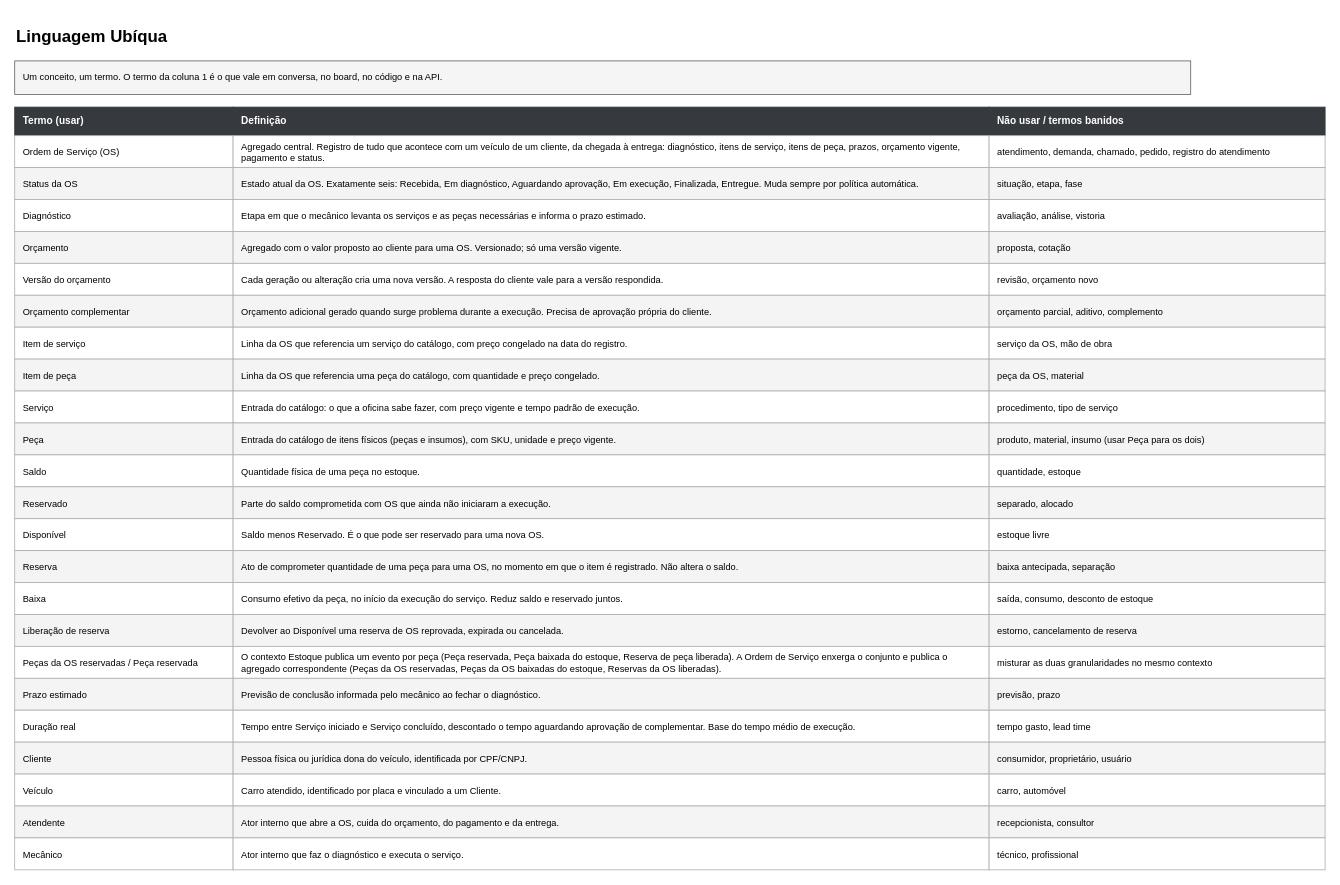
The draw.io diagram page "07 - Linguagem Ubíqua" (8 of 10) of Docs/Oficina_EventStorming_v2.drawio in mtpvieira/OficinaDigital, before the edit. Source tidied: cells renumbered, new cells numbered last; positions are measured from the earlier drawing's top-left corner, leaving out a move shared by most shapes. Both pictures are drawn from the tidied source at 84%, with x=0, y=0 at pixel (14, 14).
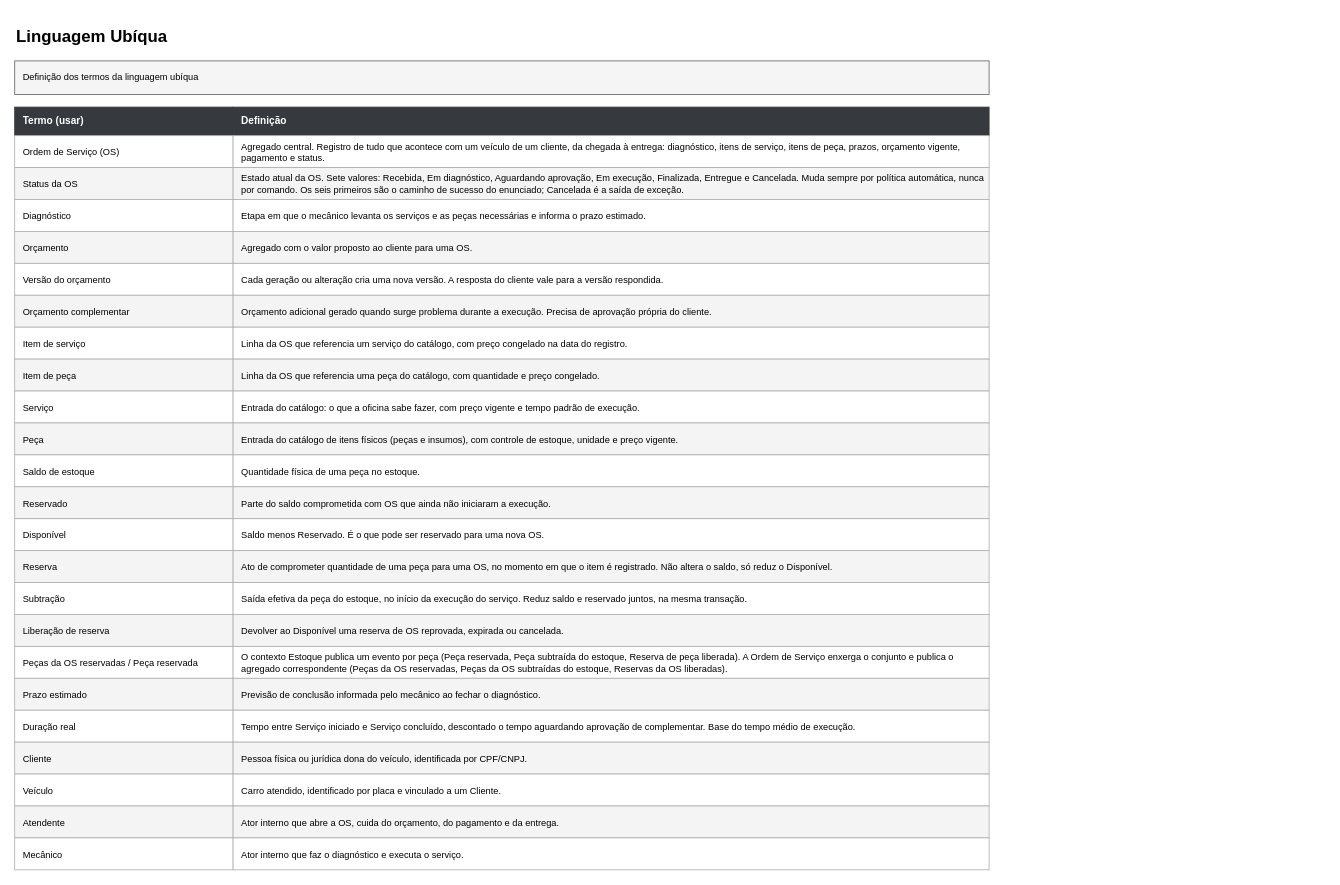
Above is the later version.

Diff of the diagram source:
```diff
@@
-    <mxCell id="3" value="Um conceito, um termo. O termo da coluna 1 é o que vale em conversa, no board, no código e na API." style="whiteSpace=wrap;html=1;strokeColor=#666666;align=left;verticalAlign=top;fontFamily=Helvetica;fontSize=11;fillColor=#f5f5f5;spacingLeft=8;spacingTop=6;" parent="1" vertex="1">
-      <mxGeometry y="55" width="1400" height="40" as="geometry" />
+    <mxCell id="3" value="Definição dos termos da linguagem ubíqua" style="whiteSpace=wrap;html=1;strokeColor=#666666;align=left;verticalAlign=top;fontFamily=Helvetica;fontSize=11;fillColor=#f5f5f5;spacingLeft=8;spacingTop=6;" parent="1" vertex="1">
+      <mxGeometry y="55" width="1160" height="40" as="geometry" />
     </mxCell>
@@
-    <mxCell id="6" value="Não usar / termos banidos" style="whiteSpace=wrap;html=1;fillColor=#36393d;fontColor=#ffffff;fontStyle=1;fontSize=12;align=left;verticalAlign=middle;spacingLeft=8;strokeColor=#36393d;" parent="1" vertex="1">
-      <mxGeometry x="1160" y="110" width="400" height="34" as="geometry" />
-    </mxCell>
@@
-    <mxCell id="9" value="atendimento, demanda, chamado, pedido, registro do atendimento" style="whiteSpace=wrap;html=1;fillColor=#ffffff;fontSize=11;align=left;verticalAlign=middle;spacingLeft=8;spacingTop=2;strokeColor=#b0b0b0;" parent="1" vertex="1">
-      <mxGeometry x="1160" y="144" width="400" height="38" as="geometry" />
-    </mxCell>
@@
-    <mxCell id="11" value="Estado atual da OS. Exatamente seis: Recebida, Em diagnóstico, Aguardando aprovação, Em execução, Finalizada, Entregue. Muda sempre por política automática." style="whiteSpace=wrap;html=1;fillColor=#f4f4f4;fontSize=11;align=left;verticalAlign=middle;spacingLeft=8;spacingTop=2;strokeColor=#b0b0b0;" parent="1" vertex="1">
+    <mxCell id="11" value="Estado atual da OS. Sete valores: Recebida, Em diagnóstico, Aguardando aprovação, Em execução, Finalizada, Entregue e Cancelada. Muda sempre por política automática, nunca por comando. Os seis primeiros são o caminho de sucesso do enunciado; Cancelada é a saída de exceção." style="whiteSpace=wrap;html=1;fillColor=#f4f4f4;fontSize=11;align=left;verticalAlign=middle;spacingLeft=8;spacingTop=2;strokeColor=#b0b0b0;" parent="1" vertex="1">
       <mxGeometry x="260" y="182" width="900" height="38" as="geometry" />
     </mxCell>
-    <mxCell id="12" value="situação, etapa, fase" style="whiteSpace=wrap;html=1;fillColor=#f4f4f4;fontSize=11;align=left;verticalAlign=middle;spacingLeft=8;spacingTop=2;strokeColor=#b0b0b0;" parent="1" vertex="1">
-      <mxGeometry x="1160" y="182" width="400" height="38" as="geometry" />
-    </mxCell>
@@
-    <mxCell id="15" value="avaliação, análise, vistoria" style="whiteSpace=wrap;html=1;fillColor=#ffffff;fontSize=11;align=left;verticalAlign=middle;spacingLeft=8;spacingTop=2;strokeColor=#b0b0b0;" parent="1" vertex="1">
-      <mxGeometry x="1160" y="220" width="400" height="38" as="geometry" />
-    </mxCell>
@@
-    <mxCell id="17" value="Agregado com o valor proposto ao cliente para uma OS. Versionado; só uma versão vigente." style="whiteSpace=wrap;html=1;fillColor=#f4f4f4;fontSize=11;align=left;verticalAlign=middle;spacingLeft=8;spacingTop=2;strokeColor=#b0b0b0;" parent="1" vertex="1">
+    <mxCell id="17" value="Agregado com o valor proposto ao cliente para uma OS." style="whiteSpace=wrap;html=1;fillColor=#f4f4f4;fontSize=11;align=left;verticalAlign=middle;spacingLeft=8;spacingTop=2;strokeColor=#b0b0b0;" parent="1" vertex="1">
       <mxGeometry x="260" y="258" width="900" height="38" as="geometry" />
     </mxCell>
-    <mxCell id="18" value="proposta, cotação" style="whiteSpace=wrap;html=1;fillColor=#f4f4f4;fontSize=11;align=left;verticalAlign=middle;spacingLeft=8;spacingTop=2;strokeColor=#b0b0b0;" parent="1" vertex="1">
-      <mxGeometry x="1160" y="258" width="400" height="38" as="geometry" />
-    </mxCell>
@@
-    <mxCell id="21" value="revisão, orçamento novo" style="whiteSpace=wrap;html=1;fillColor=#ffffff;fontSize=11;align=left;verticalAlign=middle;spacingLeft=8;spacingTop=2;strokeColor=#b0b0b0;" parent="1" vertex="1">
-      <mxGeometry x="1160" y="296" width="400" height="38" as="geometry" />
-    </mxCell>
@@
-    <mxCell id="24" value="orçamento parcial, aditivo, complemento" style="whiteSpace=wrap;html=1;fillColor=#f4f4f4;fontSize=11;align=left;verticalAlign=middle;spacingLeft=8;spacingTop=2;strokeColor=#b0b0b0;" parent="1" vertex="1">
-      <mxGeometry x="1160" y="334" width="400" height="38" as="geometry" />
-    </mxCell>
@@
-    <mxCell id="27" value="serviço da OS, mão de obra" style="whiteSpace=wrap;html=1;fillColor=#ffffff;fontSize=11;align=left;verticalAlign=middle;spacingLeft=8;spacingTop=2;strokeColor=#b0b0b0;" parent="1" vertex="1">
-      <mxGeometry x="1160" y="372" width="400" height="38" as="geometry" />
-    </mxCell>
@@
-    <mxCell id="30" value="peça da OS, material" style="whiteSpace=wrap;html=1;fillColor=#f4f4f4;fontSize=11;align=left;verticalAlign=middle;spacingLeft=8;spacingTop=2;strokeColor=#b0b0b0;" parent="1" vertex="1">
-      <mxGeometry x="1160" y="410" width="400" height="38" as="geometry" />
-    </mxCell>
@@
-    <mxCell id="33" value="procedimento, tipo de serviço" style="whiteSpace=wrap;html=1;fillColor=#ffffff;fontSize=11;align=left;verticalAlign=middle;spacingLeft=8;spacingTop=2;strokeColor=#b0b0b0;" parent="1" vertex="1">
-      <mxGeometry x="1160" y="448" width="400" height="38" as="geometry" />
-    </mxCell>
@@
-    <mxCell id="35" value="Entrada do catálogo de itens físicos (peças e insumos), com SKU, unidade e preço vigente." style="whiteSpace=wrap;html=1;fillColor=#f4f4f4;fontSize=11;align=left;verticalAlign=middle;spacingLeft=8;spacingTop=2;strokeColor=#b0b0b0;" parent="1" vertex="1">
+    <mxCell id="35" value="Entrada do catálogo de itens físicos (peças e insumos), com controle de estoque, unidade e preço vigente." style="whiteSpace=wrap;html=1;fillColor=#f4f4f4;fontSize=11;align=left;verticalAlign=middle;spacingLeft=8;spacingTop=2;strokeColor=#b0b0b0;" parent="1" vertex="1">
       <mxGeometry x="260" y="486" width="900" height="38" as="geometry" />
     </mxCell>
-    <mxCell id="36" value="produto, material, insumo (usar Peça para os dois)" style="whiteSpace=wrap;html=1;fillColor=#f4f4f4;fontSize=11;align=left;verticalAlign=middle;spacingLeft=8;spacingTop=2;strokeColor=#b0b0b0;" parent="1" vertex="1">
-      <mxGeometry x="1160" y="486" width="400" height="38" as="geometry" />
-    </mxCell>
-    <mxCell id="37" value="Saldo" style="whiteSpace=wrap;html=1;fillColor=#ffffff;fontSize=11;align=left;verticalAlign=middle;spacingLeft=8;spacingTop=2;strokeColor=#b0b0b0;" parent="1" vertex="1">
+    <mxCell id="37" value="Saldo de estoque" style="whiteSpace=wrap;html=1;fillColor=#ffffff;fontSize=11;align=left;verticalAlign=middle;spacingLeft=8;spacingTop=2;strokeColor=#b0b0b0;" parent="1" vertex="1">
       <mxGeometry y="524" width="260" height="38" as="geometry" />
     </mxCell>
@@
-    <mxCell id="39" value="quantidade, estoque" style="whiteSpace=wrap;html=1;fillColor=#ffffff;fontSize=11;align=left;verticalAlign=middle;spacingLeft=8;spacingTop=2;strokeColor=#b0b0b0;" parent="1" vertex="1">
-      <mxGeometry x="1160" y="524" width="400" height="38" as="geometry" />
-    </mxCell>
@@
-    <mxCell id="42" value="separado, alocado" style="whiteSpace=wrap;html=1;fillColor=#f4f4f4;fontSize=11;align=left;verticalAlign=middle;spacingLeft=8;spacingTop=2;strokeColor=#b0b0b0;" parent="1" vertex="1">
-      <mxGeometry x="1160" y="562" width="400" height="38" as="geometry" />
-    </mxCell>
@@
-    <mxCell id="45" value="estoque livre" style="whiteSpace=wrap;html=1;fillColor=#ffffff;fontSize=11;align=left;verticalAlign=middle;spacingLeft=8;spacingTop=2;strokeColor=#b0b0b0;" parent="1" vertex="1">
-      <mxGeometry x="1160" y="600" width="400" height="38" as="geometry" />
-    </mxCell>
@@
-    <mxCell id="47" value="Ato de comprometer quantidade de uma peça para uma OS, no momento em que o item é registrado. Não altera o saldo." style="whiteSpace=wrap;html=1;fillColor=#f4f4f4;fontSize=11;align=left;verticalAlign=middle;spacingLeft=8;spacingTop=2;strokeColor=#b0b0b0;" parent="1" vertex="1">
+    <mxCell id="47" value="Ato de comprometer quantidade de uma peça para uma OS, no momento em que o item é registrado. Não altera o saldo, só reduz o Disponível." style="whiteSpace=wrap;html=1;fillColor=#f4f4f4;fontSize=11;align=left;verticalAlign=middle;spacingLeft=8;spacingTop=2;strokeColor=#b0b0b0;" parent="1" vertex="1">
       <mxGeometry x="260" y="638" width="900" height="38" as="geometry" />
     </mxCell>
-    <mxCell id="48" value="baixa antecipada, separação" style="whiteSpace=wrap;html=1;fillColor=#f4f4f4;fontSize=11;align=left;verticalAlign=middle;spacingLeft=8;spacingTop=2;strokeColor=#b0b0b0;" parent="1" vertex="1">
-      <mxGeometry x="1160" y="638" width="400" height="38" as="geometry" />
-    </mxCell>
-    <mxCell id="49" value="Baixa" style="whiteSpace=wrap;html=1;fillColor=#ffffff;fontSize=11;align=left;verticalAlign=middle;spacingLeft=8;spacingTop=2;strokeColor=#b0b0b0;" parent="1" vertex="1">
+    <mxCell id="49" value="Subtração" style="whiteSpace=wrap;html=1;fillColor=#ffffff;fontSize=11;align=left;verticalAlign=middle;spacingLeft=8;spacingTop=2;strokeColor=#b0b0b0;" parent="1" vertex="1">
       <mxGeometry y="676" width="260" height="38" as="geometry" />
     </mxCell>
-    <mxCell id="50" value="Consumo efetivo da peça, no início da execução do serviço. Reduz saldo e reservado juntos." style="whiteSpace=wrap;html=1;fillColor=#ffffff;fontSize=11;align=left;verticalAlign=middle;spacingLeft=8;spacingTop=2;strokeColor=#b0b0b0;" parent="1" vertex="1">
+    <mxCell id="50" value="Saída efetiva da peça do estoque, no início da execução do serviço. Reduz saldo e reservado juntos, na mesma transação." style="whiteSpace=wrap;html=1;fillColor=#ffffff;fontSize=11;align=left;verticalAlign=middle;spacingLeft=8;spacingTop=2;strokeColor=#b0b0b0;" parent="1" vertex="1">
       <mxGeometry x="260" y="676" width="900" height="38" as="geometry" />
     </mxCell>
-    <mxCell id="51" value="saída, consumo, desconto de estoque" style="whiteSpace=wrap;html=1;fillColor=#ffffff;fontSize=11;align=left;verticalAlign=middle;spacingLeft=8;spacingTop=2;strokeColor=#b0b0b0;" parent="1" vertex="1">
-      <mxGeometry x="1160" y="676" width="400" height="38" as="geometry" />
-    </mxCell>
@@
-    <mxCell id="54" value="estorno, cancelamento de reserva" style="whiteSpace=wrap;html=1;fillColor=#f4f4f4;fontSize=11;align=left;verticalAlign=middle;spacingLeft=8;spacingTop=2;strokeColor=#b0b0b0;" parent="1" vertex="1">
-      <mxGeometry x="1160" y="714" width="400" height="38" as="geometry" />
-    </mxCell>
@@
-    <mxCell id="56" value="O contexto Estoque publica um evento por peça (Peça reservada, Peça baixada do estoque, Reserva de peça liberada). A Ordem de Serviço enxerga o conjunto e publica o agregado correspondente (Peças da OS reservadas, Peças da OS baixadas do estoque, Reservas da OS liberadas)." style="whiteSpace=wrap;html=1;fillColor=#ffffff;fontSize=11;align=left;verticalAlign=middle;spacingLeft=8;spacingTop=2;strokeColor=#b0b0b0;" parent="1" vertex="1">
+    <mxCell id="56" value="O contexto Estoque publica um evento por peça (Peça reservada, Peça subtraída do estoque, Reserva de peça liberada). A Ordem de Serviço enxerga o conjunto e publica o agregado correspondente (Peças da OS reservadas, Peças da OS subtraídas do estoque, Reservas da OS liberadas)." style="whiteSpace=wrap;html=1;fillColor=#ffffff;fontSize=11;align=left;verticalAlign=middle;spacingLeft=8;spacingTop=2;strokeColor=#b0b0b0;" parent="1" vertex="1">
       <mxGeometry x="260" y="752" width="900" height="38" as="geometry" />
     </mxCell>
-    <mxCell id="57" value="misturar as duas granularidades no mesmo contexto" style="whiteSpace=wrap;html=1;fillColor=#ffffff;fontSize=11;align=left;verticalAlign=middle;spacingLeft=8;spacingTop=2;strokeColor=#b0b0b0;" parent="1" vertex="1">
-      <mxGeometry x="1160" y="752" width="400" height="38" as="geometry" />
-    </mxCell>
@@
-    <mxCell id="60" value="previsão, prazo" style="whiteSpace=wrap;html=1;fillColor=#f4f4f4;fontSize=11;align=left;verticalAlign=middle;spacingLeft=8;spacingTop=2;strokeColor=#b0b0b0;" parent="1" vertex="1">
-      <mxGeometry x="1160" y="790" width="400" height="38" as="geometry" />
-    </mxCell>
@@
-    <mxCell id="63" value="tempo gasto, lead time" style="whiteSpace=wrap;html=1;fillColor=#ffffff;fontSize=11;align=left;verticalAlign=middle;spacingLeft=8;spacingTop=2;strokeColor=#b0b0b0;" parent="1" vertex="1">
-      <mxGeometry x="1160" y="828" width="400" height="38" as="geometry" />
-    </mxCell>
@@
-    <mxCell id="66" value="consumidor, proprietário, usuário" style="whiteSpace=wrap;html=1;fillColor=#f4f4f4;fontSize=11;align=left;verticalAlign=middle;spacingLeft=8;spacingTop=2;strokeColor=#b0b0b0;" parent="1" vertex="1">
-      <mxGeometry x="1160" y="866" width="400" height="38" as="geometry" />
-    </mxCell>
@@
-    <mxCell id="69" value="carro, automóvel" style="whiteSpace=wrap;html=1;fillColor=#ffffff;fontSize=11;align=left;verticalAlign=middle;spacingLeft=8;spacingTop=2;strokeColor=#b0b0b0;" parent="1" vertex="1">
-      <mxGeometry x="1160" y="904" width="400" height="38" as="geometry" />
-    </mxCell>
@@
-    <mxCell id="72" value="recepcionista, consultor" style="whiteSpace=wrap;html=1;fillColor=#f4f4f4;fontSize=11;align=left;verticalAlign=middle;spacingLeft=8;spacingTop=2;strokeColor=#b0b0b0;" parent="1" vertex="1">
-      <mxGeometry x="1160" y="942" width="400" height="38" as="geometry" />
-    </mxCell>
@@
-    <mxCell id="75" value="técnico, profissional" style="whiteSpace=wrap;html=1;fillColor=#ffffff;fontSize=11;align=left;verticalAlign=middle;spacingLeft=8;spacingTop=2;strokeColor=#b0b0b0;" parent="1" vertex="1">
-      <mxGeometry x="1160" y="980" width="400" height="38" as="geometry" />
-    </mxCell>
```
